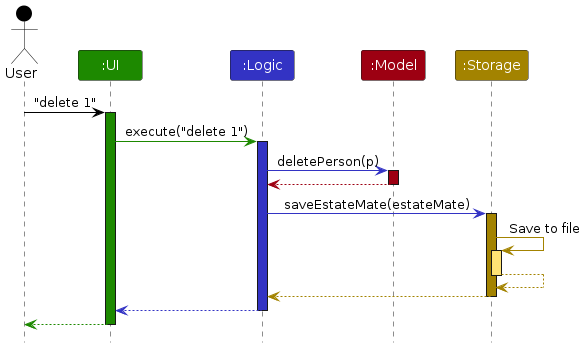
Before: diagrams/ArchitectureSequenceDiagram.png, a diagram exported from PlantUML (Glacialthorn/tp). Its source is kept beside it as diagrams/ArchitectureSequenceDiagram.puml. Its diagram source:
```plantuml
@startuml
!include style.puml
skinparam ArrowFontStyle plain

Actor User as user USER_COLOR
Participant ":UI" as ui UI_COLOR
Participant ":Logic" as logic LOGIC_COLOR
Participant ":Model" as model MODEL_COLOR
Participant ":Storage" as storage STORAGE_COLOR

user -[USER_COLOR]> ui : "delete 1"
activate ui UI_COLOR

ui -[UI_COLOR]> logic : execute("delete 1")
activate logic LOGIC_COLOR

logic -[LOGIC_COLOR]> model : deletePerson(p)
activate model MODEL_COLOR

model -[MODEL_COLOR]-> logic
deactivate model

logic -[LOGIC_COLOR]> storage : saveEstateMate(estateMate)
activate storage STORAGE_COLOR

storage -[STORAGE_COLOR]> storage : Save to file
activate storage STORAGE_COLOR_T1
storage --[STORAGE_COLOR]> storage
deactivate storage

storage --[STORAGE_COLOR]> logic
deactivate storage

logic --[LOGIC_COLOR]> ui
deactivate logic

ui--[UI_COLOR]> user
deactivate ui
@enduml
```
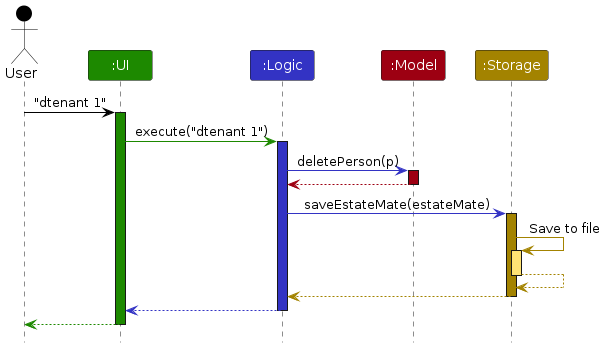
The same file after the commit.

What changed in the source:
```diff
@@ -8,10 +8,10 @@
 Participant ":Model" as model MODEL_COLOR
 Participant ":Storage" as storage STORAGE_COLOR
 
-user -[USER_COLOR]> ui : "delete 1"
+user -[USER_COLOR]> ui : "dtenant 1"
 activate ui UI_COLOR
 
-ui -[UI_COLOR]> logic : execute("delete 1")
+ui -[UI_COLOR]> logic : execute("dtenant 1")
 activate logic LOGIC_COLOR
 
 logic -[LOGIC_COLOR]> model : deletePerson(p)
```
